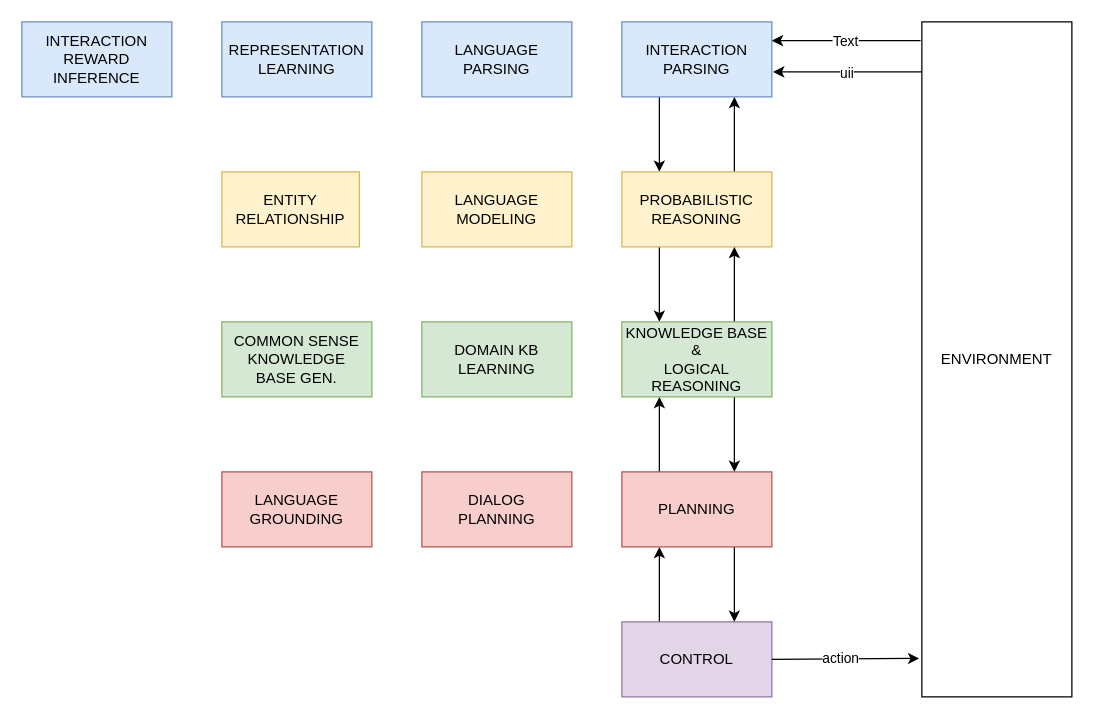
Earlier version of the draw.io diagram page "architecture" (1 of 3) of lectures/nlp/images/nlp.drawio (pantelis/aiml-common). Source tidied: cells renumbered, new cells numbered last; positions are measured from the earlier drawing's top-left corner, leaving out a move shared by most shapes. Both pictures are drawn from the tidied source at 125%, with x=0, y=0 at pixel (21, 21).
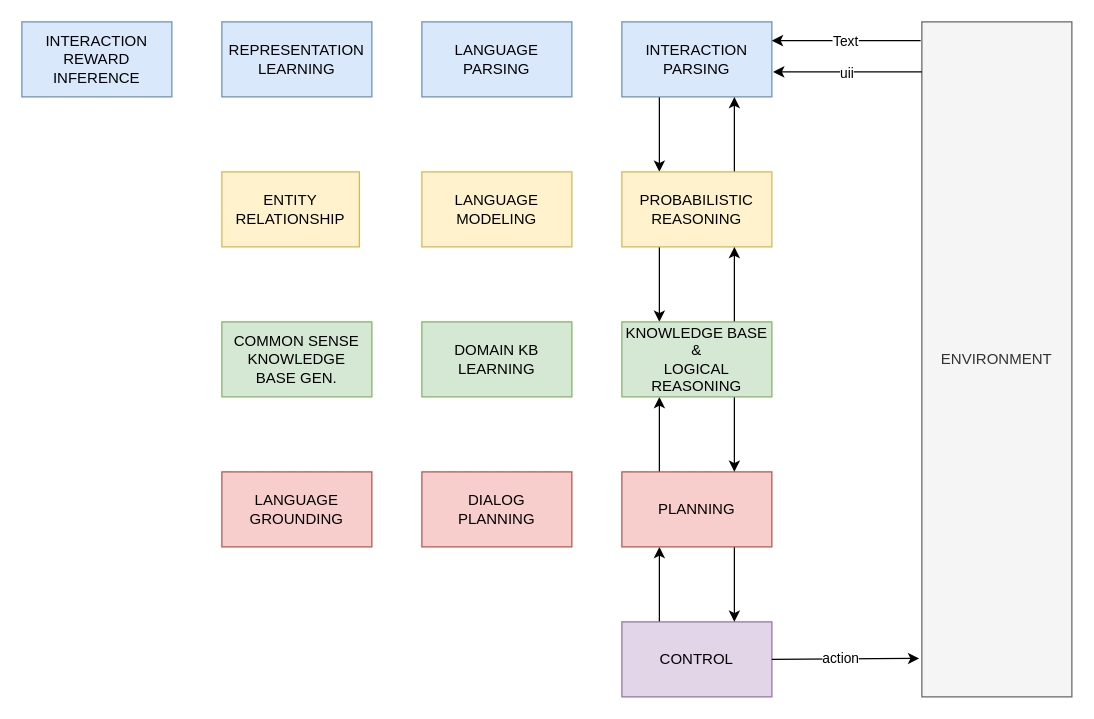
The same page after the edit.

Change to the diagram source:
```diff
@@
-    <mxCell id="15" value="ENVIRONMENT" style="rounded=0;whiteSpace=wrap;html=1;" parent="1" vertex="1">
+    <mxCell id="15" value="ENVIRONMENT" style="rounded=0;whiteSpace=wrap;html=1;fillColor=#f5f5f5;strokeColor=#666666;fontColor=#333333;" parent="1" vertex="1">
       <mxGeometry x="720" width="120" height="540" as="geometry" />
     </mxCell>
```
